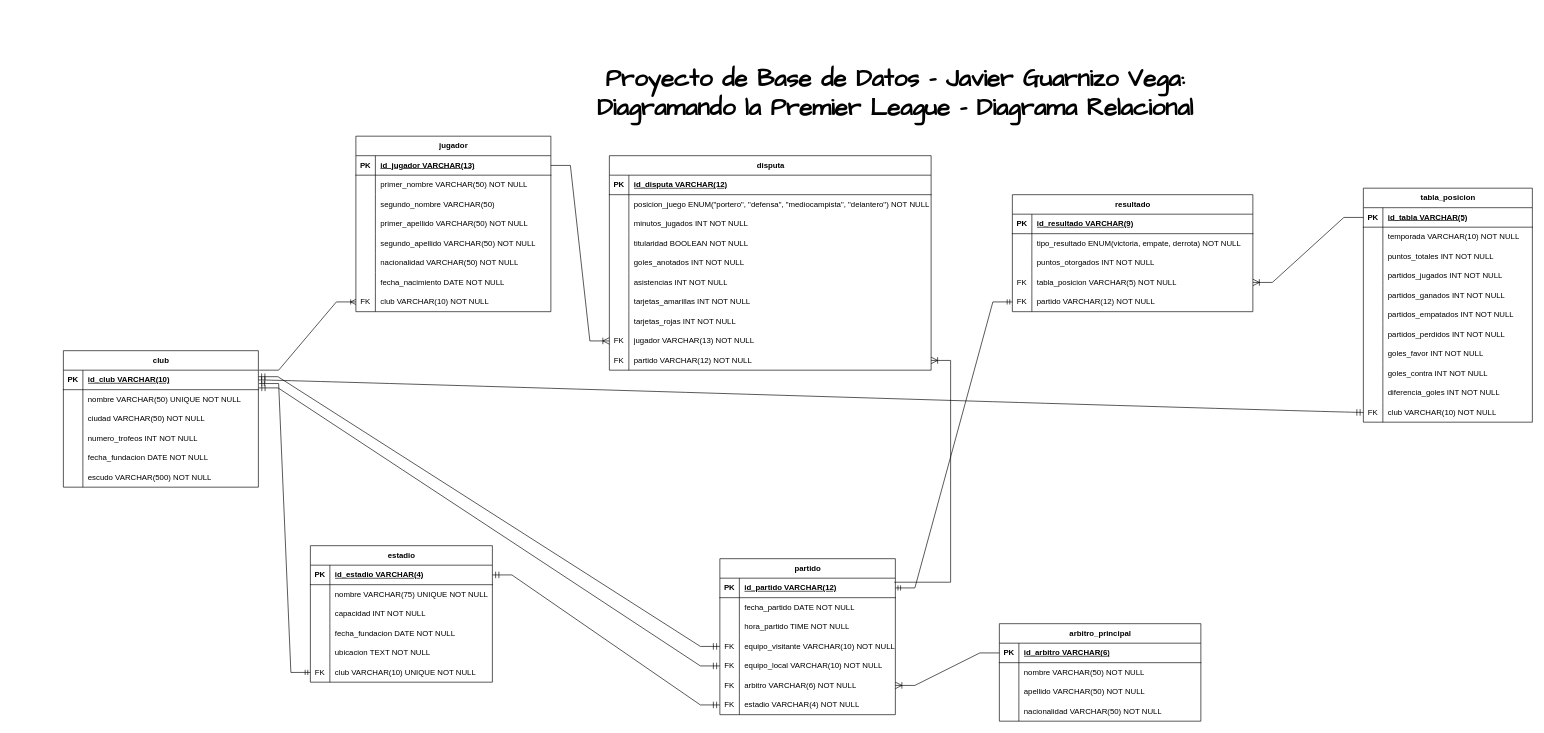
Above: page "Página-2" (2 of 2) of proyecto/diagrama/proyecto_pl_diagramas_javier_guarnizo.drawio in TheJavier37/Portafolio_Base_De_Datos (draw.io), before the change. Source tidied: cells renumbered, new cells numbered last; positions are measured from the earlier drawing's top-left corner, leaving out a move shared by most shapes. Both pictures are drawn from the tidied source at 65%, with x=0, y=0 at pixel (63, 84).
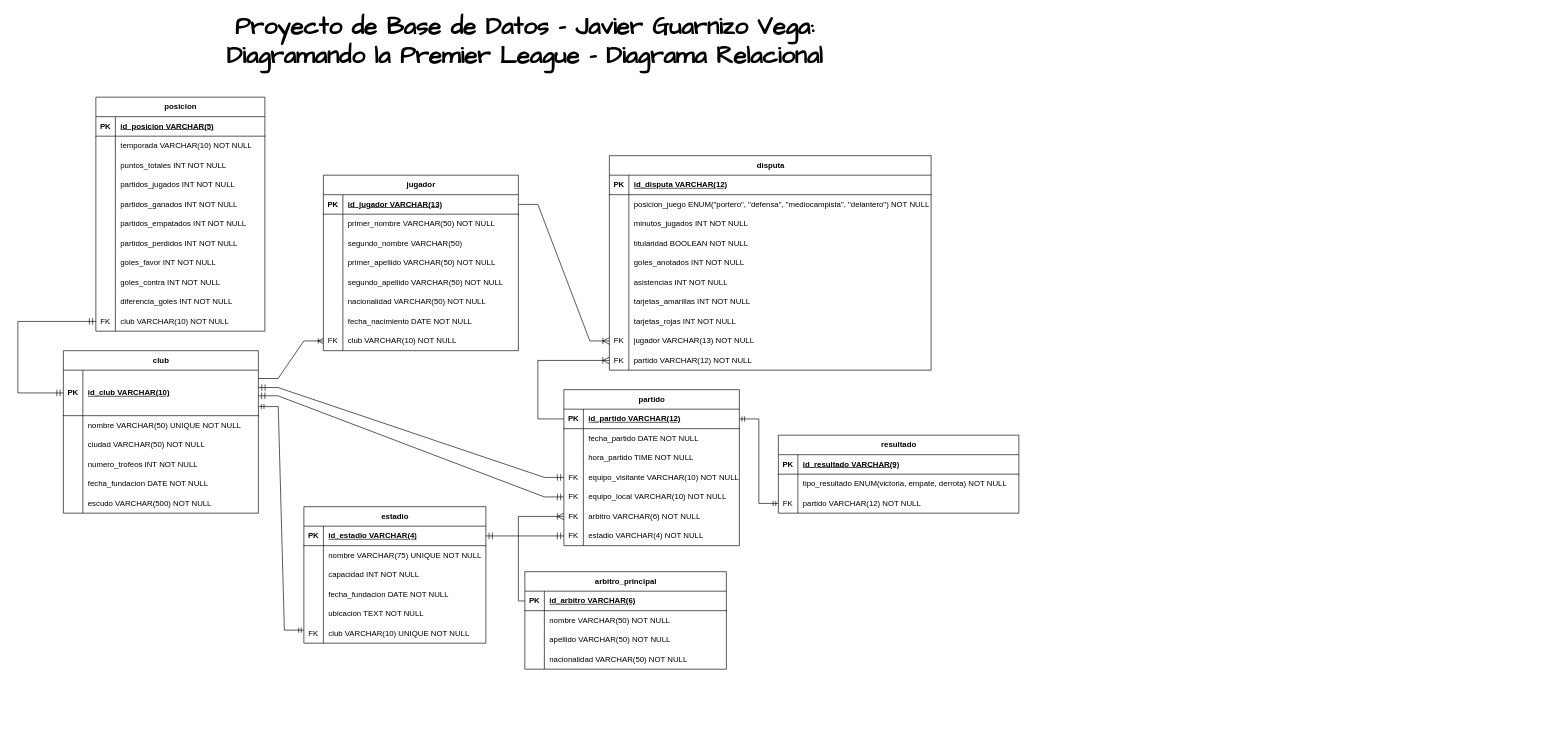
The same diagram, later.

Commit message (it also covers changes not shown here):
Fix: Corrigiendo ambos diagramas a una versión más óptima y acertada al manejo de base de datos, posicion no se relaciona directamente con resultado, solo con club

Unchanged cells that the change refers to:
```xml
<mxCell id="43" style="shape=tableRow;horizontal=0;startSize=0;swimlaneHead=0;swimlaneBody=0;fillColor=none;points=[[0,0.5],[1,0.5]];portConstraint=eastwest;top=0;left=0;right=0;bottom=0;" parent="21" vertex="1">
  <mxGeometry y="240" width="300" height="30" as="geometry" />
</mxCell>
<mxCell id="62" style="shape=tableRow;horizontal=0;startSize=0;swimlaneHead=0;swimlaneBody=0;fillColor=none;points=[[0,0.5],[1,0.5]];portConstraint=eastwest;top=0;left=0;right=0;bottom=0;" parent="46" vertex="1">
  <mxGeometry y="180" width="280" height="30" as="geometry" />
</mxCell>
<mxCell id="95" style="shape=tableRow;horizontal=0;startSize=0;swimlaneHead=0;swimlaneBody=0;fillColor=none;points=[[0,0.5],[1,0.5]];portConstraint=eastwest;top=0;left=0;right=0;bottom=0;" parent="67" vertex="1">
  <mxGeometry y="300" width="495" height="30" as="geometry" />
</mxCell>
<mxCell id="99" style="shape=tableRow;horizontal=0;startSize=0;swimlaneHead=0;swimlaneBody=0;fillColor=none;points=[[0,0.5],[1,0.5]];portConstraint=eastwest;top=0;left=0;right=0;bottom=1;" parent="98" vertex="1">
  <mxGeometry y="30" width="270" height="30" as="geometry" />
</mxCell>
<mxCell id="108" style="shape=tableRow;horizontal=0;startSize=0;swimlaneHead=0;swimlaneBody=0;fillColor=none;points=[[0,0.5],[1,0.5]];portConstraint=eastwest;top=0;left=0;right=0;bottom=0;" parent="98" vertex="1">
  <mxGeometry y="120" width="270" height="30" as="geometry" />
</mxCell>
<mxCell id="111" style="shape=tableRow;horizontal=0;startSize=0;swimlaneHead=0;swimlaneBody=0;fillColor=none;points=[[0,0.5],[1,0.5]];portConstraint=eastwest;top=0;left=0;right=0;bottom=0;" parent="98" vertex="1">
  <mxGeometry y="150" width="270" height="30" as="geometry" />
</mxCell>
<mxCell id="114" style="shape=tableRow;horizontal=0;startSize=0;swimlaneHead=0;swimlaneBody=0;fillColor=none;points=[[0,0.5],[1,0.5]];portConstraint=eastwest;top=0;left=0;right=0;bottom=0;" parent="98" vertex="1">
  <mxGeometry y="180" width="270" height="30" as="geometry" />
</mxCell>
<mxCell id="121" style="shape=tableRow;horizontal=0;startSize=0;swimlaneHead=0;swimlaneBody=0;fillColor=none;points=[[0,0.5],[1,0.5]];portConstraint=eastwest;top=0;left=0;right=0;bottom=1;" parent="120" vertex="1">
  <mxGeometry y="30" width="310" height="30" as="geometry" />
</mxCell>
<mxCell id="150" style="shape=tableRow;horizontal=0;startSize=0;swimlaneHead=0;swimlaneBody=0;fillColor=none;points=[[0,0.5],[1,0.5]];portConstraint=eastwest;top=0;left=0;right=0;bottom=1;" parent="149" vertex="1">
  <mxGeometry y="30" width="260" height="30" as="geometry" />
</mxCell>
<mxCell id="180" style="shape=tableRow;horizontal=0;startSize=0;swimlaneHead=0;swimlaneBody=0;fillColor=none;points=[[0,0.5],[1,0.5]];portConstraint=eastwest;top=0;left=0;right=0;bottom=0;" parent="149" vertex="1">
  <mxGeometry y="330" width="260" height="30" as="geometry" />
</mxCell>
```

The edit, as a diff of the source:
```diff
@@
     <mxCell id="2" value="club" style="shape=table;startSize=30;childLayout=tableLayout;rowLines=0;fontStyle=1;align=center;html=1;" parent="1" vertex="1">
-      <mxGeometry y="410" width="300" height="210" as="geometry" />
+      <mxGeometry y="410" width="300" height="250" as="geometry" />
     </mxCell>
     <mxCell id="3" style="shape=tableRow;horizontal=0;startSize=0;swimlaneHead=0;swimlaneBody=0;fillColor=none;points=[[0,0.5],[1,0.5]];portConstraint=eastwest;top=0;left=0;right=0;bottom=1;" parent="2" vertex="1">
-      <mxGeometry y="30" width="300" height="30" as="geometry" />
+      <mxGeometry y="30" width="300" height="70" as="geometry" />
     </mxCell>
     <mxCell id="4" value="PK" style="shape=partialRectangle;fillColor=none;top=0;left=0;bottom=0;right=0;fontStyle=1;overflow=hidden;whiteSpace=wrap;html=1;" parent="3" vertex="1">
-      <mxGeometry width="30" height="30" as="geometry" />
+      <mxGeometry width="30" height="70" as="geometry" />
     </mxCell>
     <mxCell id="5" value="id_club VARCHAR(10)" style="shape=partialRectangle;fillColor=none;top=0;left=0;bottom=0;right=0;align=left;spacingLeft=6;fontStyle=5;overflow=hidden;whiteSpace=wrap;html=1;" parent="3" vertex="1">
-      <mxGeometry x="30" width="270" height="30" as="geometry" />
+      <mxGeometry x="30" width="270" height="70" as="geometry" />
     </mxCell>
     <mxCell id="6" style="shape=tableRow;horizontal=0;startSize=0;swimlaneHead=0;swimlaneBody=0;fillColor=none;points=[[0,0.5],[1,0.5]];portConstraint=eastwest;top=0;left=0;right=0;bottom=0;" parent="2" vertex="1">
-      <mxGeometry y="60" width="300" height="30" as="geometry" />
+      <mxGeometry y="100" width="300" height="30" as="geometry" />
     </mxCell>
@@
     <mxCell id="9" style="shape=tableRow;horizontal=0;startSize=0;swimlaneHead=0;swimlaneBody=0;fillColor=none;top=0;left=0;right=0;bottom=0;" parent="2" vertex="1">
-      <mxGeometry y="90" width="300" height="30" as="geometry" />
+      <mxGeometry y="130" width="300" height="30" as="geometry" />
     </mxCell>
@@
     <mxCell id="12" style="shape=tableRow;horizontal=0;startSize=0;swimlaneHead=0;swimlaneBody=0;fillColor=none;top=0;left=0;right=0;bottom=0;" parent="2" vertex="1">
-      <mxGeometry y="120" width="300" height="30" as="geometry" />
+      <mxGeometry y="160" width="300" height="30" as="geometry" />
     </mxCell>
@@
     <mxCell id="15" style="shape=tableRow;horizontal=0;startSize=0;swimlaneHead=0;swimlaneBody=0;fillColor=none;top=0;left=0;right=0;bottom=0;" parent="2" vertex="1">
-      <mxGeometry y="150" width="300" height="30" as="geometry" />
+      <mxGeometry y="190" width="300" height="30" as="geometry" />
     </mxCell>
@@
     <mxCell id="18" style="shape=tableRow;horizontal=0;startSize=0;swimlaneHead=0;swimlaneBody=0;fillColor=none;top=0;left=0;right=0;bottom=0;" parent="2" vertex="1">
-      <mxGeometry y="180" width="300" height="30" as="geometry" />
+      <mxGeometry y="220" width="300" height="30" as="geometry" />
     </mxCell>
@@
     <mxCell id="21" value="jugador" style="shape=table;startSize=30;childLayout=tableLayout;rowLines=0;fontStyle=1;align=center;html=1;" parent="1" vertex="1">
-      <mxGeometry x="450" y="80" width="300" height="270" as="geometry" />
+      <mxGeometry x="400" y="140" width="300" height="270" as="geometry" />
     </mxCell>
@@
     <mxCell id="46" value="estadio" style="shape=table;startSize=30;childLayout=tableLayout;rowLines=0;fontStyle=1;align=center;html=1;" parent="1" vertex="1">
-      <mxGeometry x="380" y="710" width="280" height="210" as="geometry" />
+      <mxGeometry x="370" y="650" width="280" height="210" as="geometry" />
     </mxCell>
@@
-    <mxCell id="65" style="edgeStyle=entityRelationEdgeStyle;fontSize=12;html=1;endArrow=ERmandOne;startArrow=ERmandOne;rounded=0;strokeColor=default;align=center;verticalAlign=middle;fontFamily=Helvetica;fontColor=default;labelBackgroundColor=default;defaultLabelBackgroundColor=page;exitX=1.004;exitY=0.685;exitDx=0;exitDy=0;entryX=0;entryY=0.5;entryDx=0;entryDy=0;exitPerimeter=0;" parent="1" edge="1" source="3" target="62">
-      <mxGeometry relative="1" as="geometry" />
+    <mxCell id="65" style="edgeStyle=entityRelationEdgeStyle;fontSize=12;html=1;endArrow=ERmandOne;startArrow=ERmandOne;rounded=0;strokeColor=default;align=center;verticalAlign=middle;fontFamily=Helvetica;fontColor=default;labelBackgroundColor=default;defaultLabelBackgroundColor=page;entryX=0;entryY=0.333;entryDx=0;entryDy=0;entryPerimeter=0;exitX=1.002;exitY=0.8;exitDx=0;exitDy=0;exitPerimeter=0;" parent="1" edge="1" source="3" target="62">
+      <mxGeometry x="-0.04" relative="1" as="geometry" />
     </mxCell>
-    <mxCell id="66" style="edgeStyle=entityRelationEdgeStyle;fontSize=12;html=1;endArrow=ERoneToMany;rounded=0;strokeColor=default;align=center;verticalAlign=middle;fontFamily=Helvetica;fontColor=default;labelBackgroundColor=default;defaultLabelBackgroundColor=page;entryX=0;entryY=0.5;entryDx=0;entryDy=0;" parent="1" edge="1" target="43">
-      <mxGeometry relative="1" as="geometry">
-        <mxPoint x="301.2" y="440" as="sourcePoint" />
-      </mxGeometry>
+    <mxCell id="66" style="edgeStyle=entityRelationEdgeStyle;fontSize=12;html=1;endArrow=ERoneToMany;rounded=0;strokeColor=default;align=center;verticalAlign=middle;fontFamily=Helvetica;fontColor=default;labelBackgroundColor=default;defaultLabelBackgroundColor=page;entryX=0;entryY=0.5;entryDx=0;entryDy=0;exitX=1.001;exitY=0.183;exitDx=0;exitDy=0;exitPerimeter=0;" parent="1" edge="1" source="3" target="43">
+      <mxGeometry relative="1" as="geometry" />
     </mxCell>
@@
     <mxCell id="98" value="partido" style="shape=table;startSize=30;childLayout=tableLayout;rowLines=0;fontStyle=1;align=center;html=1;" parent="1" vertex="1">
-      <mxGeometry x="1010" y="730" width="270" height="240" as="geometry" />
+      <mxGeometry x="770" y="470" width="270" height="240" as="geometry" />
     </mxCell>
@@
     <mxCell id="120" value="arbitro_principal" style="shape=table;startSize=30;childLayout=tableLayout;rowLines=0;fontStyle=1;align=center;html=1;" parent="1" vertex="1">
-      <mxGeometry x="1440" y="830" width="310" height="150" as="geometry" />
+      <mxGeometry x="710" y="750" width="310" height="150" as="geometry" />
     </mxCell>
@@
     <mxCell id="133" value="resultado" style="shape=table;startSize=30;childLayout=tableLayout;rowLines=0;fontStyle=1;align=center;html=1;" parent="1" vertex="1">
-      <mxGeometry x="1460" y="170" width="370" height="180" as="geometry" />
+      <mxGeometry x="1100" y="540" width="370" height="120" as="geometry" />
     </mxCell>
@@
-    <mxCell id="140" style="shape=tableRow;horizontal=0;startSize=0;swimlaneHead=0;swimlaneBody=0;fillColor=none;top=0;left=0;right=0;bottom=0;" parent="133" vertex="1">
-      <mxGeometry y="90" width="370" height="30" as="geometry" />
-    </mxCell>
-    <mxCell id="141" style="shape=partialRectangle;fillColor=none;top=0;left=0;bottom=0;right=0;overflow=hidden;whiteSpace=wrap;html=1;" parent="140" vertex="1">
-      <mxGeometry width="30" height="30" as="geometry" />
-    </mxCell>
-    <mxCell id="142" value="puntos_otorgados INT NOT NULL" style="shape=partialRectangle;fillColor=none;top=0;left=0;bottom=0;right=0;align=left;spacingLeft=6;overflow=hidden;whiteSpace=wrap;html=1;" parent="140" vertex="1">
-      <mxGeometry x="30" width="340" height="30" as="geometry" />
-    </mxCell>
-    <mxCell id="143" style="shape=tableRow;horizontal=0;startSize=0;swimlaneHead=0;swimlaneBody=0;fillColor=none;points=[[0,0.5],[1,0.5]];portConstraint=eastwest;top=0;left=0;right=0;bottom=0;" parent="133" vertex="1">
-      <mxGeometry y="120" width="370" height="30" as="geometry" />
-    </mxCell>
-    <mxCell id="144" value="FK" style="shape=partialRectangle;fillColor=none;top=0;left=0;bottom=0;right=0;overflow=hidden;whiteSpace=wrap;html=1;" parent="143" vertex="1">
-      <mxGeometry width="30" height="30" as="geometry" />
-    </mxCell>
-    <mxCell id="145" value="tabla_posicion VARCHAR(5) NOT NULL" style="shape=partialRectangle;fillColor=none;top=0;left=0;bottom=0;right=0;align=left;spacingLeft=6;overflow=hidden;whiteSpace=wrap;html=1;" parent="143" vertex="1">
-      <mxGeometry x="30" width="340" height="30" as="geometry" />
-    </mxCell>
     <mxCell id="146" style="shape=tableRow;horizontal=0;startSize=0;swimlaneHead=0;swimlaneBody=0;fillColor=none;points=[[0,0.5],[1,0.5]];portConstraint=eastwest;top=0;left=0;right=0;bottom=0;" parent="133" vertex="1">
-      <mxGeometry y="150" width="370" height="30" as="geometry" />
+      <mxGeometry y="90" width="370" height="30" as="geometry" />
     </mxCell>
@@
-    <mxCell id="149" value="tabla_posicion" style="shape=table;startSize=30;childLayout=tableLayout;rowLines=0;fontStyle=1;align=center;html=1;" parent="1" vertex="1">
-      <mxGeometry x="2000" y="160" width="260" height="360" as="geometry" />
+    <mxCell id="149" value="posicion" style="shape=table;startSize=30;childLayout=tableLayout;rowLines=0;fontStyle=1;align=center;html=1;" parent="1" vertex="1">
+      <mxGeometry x="50" y="20" width="260" height="360" as="geometry" />
     </mxCell>
@@
-    <mxCell id="152" value="id_tabla VARCHAR(5)" style="shape=partialRectangle;fillColor=none;top=0;left=0;bottom=0;right=0;align=left;spacingLeft=6;fontStyle=5;overflow=hidden;whiteSpace=wrap;html=1;" parent="150" vertex="1">
+    <mxCell id="152" value="id_posicion VARCHAR(5)" style="shape=partialRectangle;fillColor=none;top=0;left=0;bottom=0;right=0;align=left;spacingLeft=6;fontStyle=5;overflow=hidden;whiteSpace=wrap;html=1;" parent="150" vertex="1">
       <mxGeometry x="30" width="230" height="30" as="geometry" />
     </mxCell>
@@
-    <mxCell id="183" style="edgeStyle=entityRelationEdgeStyle;fontSize=12;html=1;endArrow=ERoneToMany;rounded=0;strokeColor=default;align=center;verticalAlign=middle;fontFamily=Helvetica;fontColor=default;labelBackgroundColor=default;defaultLabelBackgroundColor=page;startSize=8;endSize=8;curved=0;entryX=1;entryY=0.5;entryDx=0;entryDy=0;exitX=0;exitY=0.5;exitDx=0;exitDy=0;" parent="1" edge="1" source="150" target="143">
-      <mxGeometry relative="1" as="geometry" />
-    </mxCell>
@@
-    <mxCell id="185" style="edgeStyle=entityRelationEdgeStyle;fontSize=12;html=1;endArrow=ERoneToMany;rounded=0;strokeColor=default;align=center;verticalAlign=middle;fontFamily=Helvetica;fontColor=default;labelBackgroundColor=default;defaultLabelBackgroundColor=page;startSize=8;endSize=8;curved=0;exitX=0.994;exitY=0.207;exitDx=0;exitDy=0;exitPerimeter=0;" parent="1" edge="1" source="99" target="95">
-      <mxGeometry x="-0.02" relative="1" as="geometry" />
+    <mxCell id="185" style="fontSize=12;html=1;endArrow=ERoneToMany;rounded=0;strokeColor=default;align=center;verticalAlign=middle;fontFamily=Helvetica;fontColor=default;labelBackgroundColor=default;defaultLabelBackgroundColor=page;startSize=8;endSize=8;curved=0;exitX=0;exitY=0.5;exitDx=0;exitDy=0;entryX=0;entryY=0.5;entryDx=0;entryDy=0;" parent="1" edge="1" source="99" target="95">
+      <mxGeometry x="-0.1" relative="1" as="geometry">
+        <Array as="points">
+          <mxPoint x="730" y="515" />
+          <mxPoint x="730" y="425" />
+        </Array>
+      </mxGeometry>
     </mxCell>
@@
-    <mxCell id="187" style="edgeStyle=entityRelationEdgeStyle;fontSize=12;html=1;endArrow=ERoneToMany;rounded=0;strokeColor=default;align=center;verticalAlign=middle;fontFamily=Helvetica;fontColor=default;labelBackgroundColor=default;defaultLabelBackgroundColor=page;startSize=8;endSize=8;curved=0;entryX=1;entryY=0.5;entryDx=0;entryDy=0;" parent="1" edge="1" source="121" target="114">
+    <mxCell id="187" style="edgeStyle=orthogonalEdgeStyle;fontSize=12;html=1;endArrow=ERoneToMany;rounded=0;strokeColor=default;align=center;verticalAlign=middle;fontFamily=Helvetica;fontColor=default;labelBackgroundColor=default;defaultLabelBackgroundColor=page;startSize=8;endSize=8;entryX=0;entryY=0.5;entryDx=0;entryDy=0;exitX=0;exitY=0.5;exitDx=0;exitDy=0;" parent="1" edge="1" source="121" target="114">
       <mxGeometry relative="1" as="geometry" />
     </mxCell>
@@
-    <mxCell id="189" style="edgeStyle=entityRelationEdgeStyle;fontSize=12;html=1;endArrow=ERmandOne;startArrow=ERmandOne;rounded=0;strokeColor=default;align=center;verticalAlign=middle;fontFamily=Helvetica;fontColor=default;labelBackgroundColor=default;defaultLabelBackgroundColor=page;startSize=8;endSize=8;curved=0;entryX=0;entryY=0.5;entryDx=0;entryDy=0;exitX=1.001;exitY=-0.091;exitDx=0;exitDy=0;exitPerimeter=0;" parent="1" edge="1" source="6" target="111">
-      <mxGeometry relative="1" as="geometry" />
+    <mxCell id="189" style="edgeStyle=entityRelationEdgeStyle;fontSize=12;html=1;endArrow=ERmandOne;startArrow=ERmandOne;rounded=0;strokeColor=default;align=center;verticalAlign=middle;fontFamily=Helvetica;fontColor=default;labelBackgroundColor=default;defaultLabelBackgroundColor=page;startSize=8;endSize=8;curved=0;entryX=0;entryY=0.5;entryDx=0;entryDy=0;exitX=1;exitY=0.888;exitDx=0;exitDy=0;exitPerimeter=0;" parent="1" edge="1" target="111">
+      <mxGeometry relative="1" as="geometry">
+        <mxPoint x="300" y="479.4" as="sourcePoint" />
+      </mxGeometry>
     </mxCell>
-    <mxCell id="190" style="edgeStyle=entityRelationEdgeStyle;fontSize=12;html=1;endArrow=ERmandOne;startArrow=ERmandOne;rounded=0;strokeColor=default;align=center;verticalAlign=middle;fontFamily=Helvetica;fontColor=default;labelBackgroundColor=default;defaultLabelBackgroundColor=page;startSize=8;endSize=8;curved=0;entryX=0;entryY=0.5;entryDx=0;entryDy=0;" parent="1" edge="1" target="108">
-      <mxGeometry relative="1" as="geometry">
-        <mxPoint x="300" y="450" as="sourcePoint" />
-      </mxGeometry>
+    <mxCell id="190" style="edgeStyle=entityRelationEdgeStyle;fontSize=12;html=1;endArrow=ERmandOne;startArrow=ERmandOne;rounded=0;strokeColor=default;align=center;verticalAlign=middle;fontFamily=Helvetica;fontColor=default;labelBackgroundColor=default;defaultLabelBackgroundColor=page;startSize=8;endSize=8;curved=0;entryX=0;entryY=0.5;entryDx=0;entryDy=0;exitX=1.001;exitY=0.382;exitDx=0;exitDy=0;exitPerimeter=0;" parent="1" edge="1" source="3" target="108">
+      <mxGeometry relative="1" as="geometry" />
     </mxCell>
-    <mxCell id="191" style="edgeStyle=entityRelationEdgeStyle;fontSize=12;html=1;endArrow=ERmandOne;startArrow=ERmandOne;rounded=0;strokeColor=default;align=center;verticalAlign=middle;fontFamily=Helvetica;fontColor=default;labelBackgroundColor=default;defaultLabelBackgroundColor=page;startSize=8;endSize=8;curved=1;exitX=1;exitY=0.5;exitDx=0;exitDy=0;entryX=0;entryY=0.5;entryDx=0;entryDy=0;" parent="1" edge="1" source="3" target="180">
-      <mxGeometry relative="1" as="geometry" />
+    <mxCell id="191" style="edgeStyle=orthogonalEdgeStyle;fontSize=12;html=1;endArrow=ERmandOne;startArrow=ERmandOne;rounded=0;strokeColor=default;align=center;verticalAlign=middle;fontFamily=Helvetica;fontColor=default;labelBackgroundColor=default;defaultLabelBackgroundColor=page;startSize=8;endSize=8;exitX=0;exitY=0.5;exitDx=0;exitDy=0;entryX=0;entryY=0.5;entryDx=0;entryDy=0;" parent="1" edge="1" source="3" target="180">
+      <mxGeometry relative="1" as="geometry">
+        <Array as="points">
+          <mxPoint x="-70" y="475" />
+          <mxPoint x="-70" y="365" />
+        </Array>
+      </mxGeometry>
     </mxCell>
     <mxCell id="192" value="&lt;b&gt;&lt;font face=&quot;Comic Sans MS&quot; style=&quot;font-size: 37px;&quot;&gt;Proyecto de Base de Datos - Javier Guarnizo Vega:&lt;/font&gt;&lt;/b&gt;&lt;div&gt;&lt;font face=&quot;Comic Sans MS&quot; style=&quot;font-size: 37px;&quot;&gt;&lt;b&gt;Diagramando la Premier League - Diagrama Relacional&lt;/b&gt;&lt;/font&gt;&lt;/div&gt;" style="text;html=1;whiteSpace=wrap;strokeColor=none;fillColor=none;align=center;verticalAlign=middle;rounded=0;" parent="1" vertex="1">
-      <mxGeometry x="790" width="980" height="30" as="geometry" />
+      <mxGeometry x="220" y="-80" width="980" height="30" as="geometry" />
     </mxCell>
```
